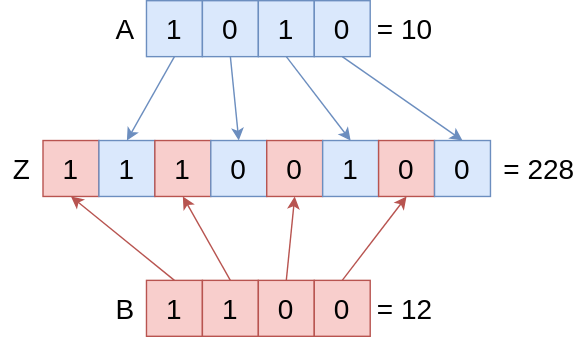
Above: assets/posts/spatial-index/interleave.svg in addu390/addu390.github.io (draw.io), before the change. Source tidied: cells renumbered, new cells last; positions are measured from the earlier drawing's top-left corner, leaving out a move shared by most shapes.
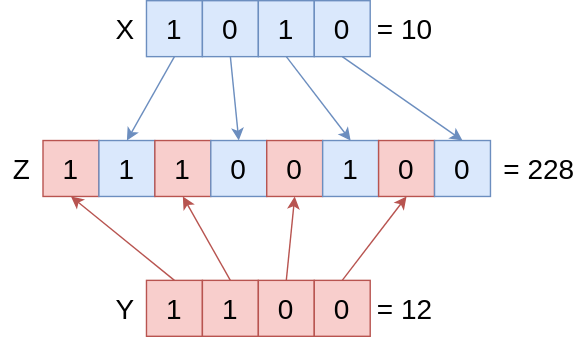
The same file after the commit.

Commit message:
Conclusion for space filling curve

Change to the diagram source:
```diff
@@ -14,7 +14,7 @@
     <mxCell id="5" value="&lt;font style=&quot;font-size: 20px;&quot;&gt;0&lt;/font&gt;" style="rounded=0;whiteSpace=wrap;html=1;fillColor=#dae8fc;strokeColor=#6c8ebf;" parent="1" vertex="1">
       <mxGeometry x="224" width="40" height="40" as="geometry" />
     </mxCell>
-    <mxCell id="6" value="&lt;font style=&quot;font-size: 20px;&quot;&gt;A&lt;/font&gt;" style="text;html=1;align=center;verticalAlign=middle;whiteSpace=wrap;rounded=0;" parent="1" vertex="1">
+    <mxCell id="6" value="&lt;font style=&quot;font-size: 20px;&quot;&gt;X&lt;/font&gt;" style="text;html=1;align=center;verticalAlign=middle;whiteSpace=wrap;rounded=0;" parent="1" vertex="1">
       <mxGeometry x="74" y="5" width="30" height="30" as="geometry" />
     </mxCell>
     <mxCell id="7" value="&lt;font style=&quot;font-size: 20px;&quot;&gt;= 10&lt;/font&gt;" style="text;html=1;align=center;verticalAlign=middle;whiteSpace=wrap;rounded=0;" parent="1" vertex="1">
@@ -32,7 +32,7 @@
     <mxCell id="11" value="&lt;font style=&quot;font-size: 20px;&quot;&gt;0&lt;/font&gt;" style="rounded=0;whiteSpace=wrap;html=1;fillColor=#f8cecc;strokeColor=#b85450;" parent="1" vertex="1">
       <mxGeometry x="224" y="200" width="40" height="40" as="geometry" />
     </mxCell>
-    <mxCell id="12" value="&lt;font style=&quot;font-size: 20px;&quot;&gt;B&lt;/font&gt;" style="text;html=1;align=center;verticalAlign=middle;whiteSpace=wrap;rounded=0;" parent="1" vertex="1">
+    <mxCell id="12" value="&lt;font style=&quot;font-size: 20px;&quot;&gt;Y&lt;/font&gt;" style="text;html=1;align=center;verticalAlign=middle;whiteSpace=wrap;rounded=0;" parent="1" vertex="1">
       <mxGeometry x="74" y="205" width="30" height="30" as="geometry" />
     </mxCell>
     <mxCell id="13" value="&lt;font style=&quot;font-size: 20px;&quot;&gt;= 12&lt;/font&gt;" style="text;html=1;align=center;verticalAlign=middle;whiteSpace=wrap;rounded=0;" parent="1" vertex="1">
```
